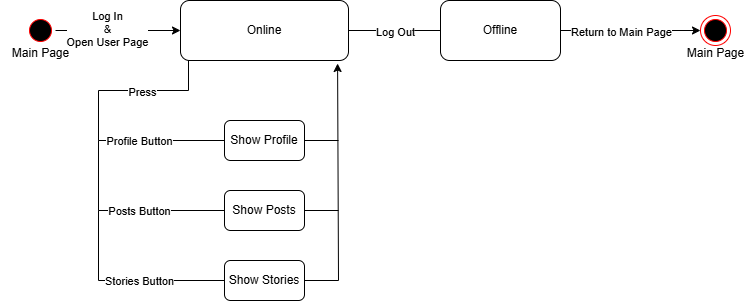
The draw.io diagram State Diagram.png in AbdelrahmanEssam1007/ConnectHub, before a commit. Source tidied: cells renumbered, new cells last; positions are measured from the earlier drawing's top-left corner, leaving out a move shared by most shapes. Its diagram source:
```xml
<mxGraphModel>
  <root>
    <mxCell id="0" />
    <mxCell id="1" parent="0" />
    <mxCell id="2" style="ellipse;html=1;shape=endState;fillColor=#000000;strokeColor=#ff0000;" parent="1" vertex="1">
      <mxGeometry x="700" y="15" width="30" height="30" as="geometry" />
    </mxCell>
    <mxCell id="3" value="Online" style="rounded=1;whiteSpace=wrap;html=1;" parent="1" vertex="1">
      <mxGeometry x="180" width="168" height="60" as="geometry" />
    </mxCell>
    <mxCell id="4" style="ellipse;html=1;shape=startState;fillColor=#000000;strokeColor=#ff0000;" parent="1" vertex="1">
      <mxGeometry x="25" y="15" width="30" height="30" as="geometry" />
    </mxCell>
    <mxCell id="5" style="endArrow=classic;html=1;rounded=0;exitX=1;exitY=0.5;exitDx=0;exitDy=0;entryX=0;entryY=0.5;entryDx=0;entryDy=0;" parent="1" edge="1" source="4" target="3">
      <mxGeometry relative="1" as="geometry" />
    </mxCell>
    <mxCell id="6" value="Log In&lt;div&gt;&amp;amp;&lt;/div&gt;&lt;div&gt;Open User Page&lt;/div&gt;" style="edgeLabel;html=1;align=center;verticalAlign=middle;" parent="5" vertex="1">
      <mxGeometry x="-0.18" y="2" relative="1" as="geometry" />
    </mxCell>
    <mxCell id="7" style="endArrow=none;html=1;rounded=0;exitX=1;exitY=0.5;exitDx=0;exitDy=0;entryX=0;entryY=0.5;entryDx=0;entryDy=0;endFill=0;" parent="1" edge="1" source="3" target="9">
      <mxGeometry relative="1" as="geometry" />
    </mxCell>
    <mxCell id="8" value="Log Out" style="edgeLabel;html=1;align=center;verticalAlign=middle;" parent="7" vertex="1">
      <mxGeometry y="-1" relative="1" as="geometry" />
    </mxCell>
    <mxCell id="9" value="Offline" style="rounded=1;whiteSpace=wrap;html=1;" parent="1" vertex="1">
      <mxGeometry x="440" width="120" height="60" as="geometry" />
    </mxCell>
    <mxCell id="10" style="endArrow=classic;html=1;rounded=0;exitX=1;exitY=0.5;exitDx=0;exitDy=0;entryX=0;entryY=0.5;entryDx=0;entryDy=0;" parent="1" edge="1" source="9" target="2">
      <mxGeometry relative="1" as="geometry" />
    </mxCell>
    <mxCell id="11" value="Return to Main Page" style="edgeLabel;html=1;align=center;verticalAlign=middle;" parent="10" vertex="1">
      <mxGeometry x="-0.14" y="-1" relative="1" as="geometry" />
    </mxCell>
    <mxCell id="12" value="Main Page" style="text;html=1;align=center;verticalAlign=middle;strokeColor=none;fillColor=none;" parent="1" vertex="1">
      <mxGeometry y="38" width="80" height="30" as="geometry" />
    </mxCell>
    <mxCell id="13" value="Main Page" style="text;html=1;align=center;verticalAlign=middle;strokeColor=none;fillColor=none;" parent="1" vertex="1">
      <mxGeometry x="675" y="38" width="80" height="30" as="geometry" />
    </mxCell>
    <mxCell id="14" style="endArrow=none;html=1;rounded=0;exitX=0.5;exitY=1;exitDx=0;exitDy=0;endFill=0;" parent="1" edge="1">
      <mxGeometry relative="1" as="geometry">
        <mxPoint x="188" y="60" as="sourcePoint" />
        <mxPoint x="188" y="90" as="targetPoint" />
      </mxGeometry>
    </mxCell>
    <mxCell id="15" value="Show Profile" style="rounded=1;whiteSpace=wrap;html=1;" parent="1" vertex="1">
      <mxGeometry x="224" y="120" width="80" height="40" as="geometry" />
    </mxCell>
    <mxCell id="16" style="endArrow=none;html=1;rounded=0;endFill=0;" parent="1" edge="1">
      <mxGeometry relative="1" as="geometry">
        <mxPoint x="188" y="90" as="sourcePoint" />
        <mxPoint x="98" y="90" as="targetPoint" />
      </mxGeometry>
    </mxCell>
    <mxCell id="17" value="Press" style="edgeLabel;html=1;align=center;verticalAlign=middle;" parent="16" vertex="1">
      <mxGeometry x="0.04" y="1" relative="1" as="geometry" />
    </mxCell>
    <mxCell id="18" style="endArrow=none;html=1;rounded=0;exitX=0.5;exitY=1;exitDx=0;exitDy=0;endFill=0;" parent="1" edge="1">
      <mxGeometry relative="1" as="geometry">
        <mxPoint x="98" y="90" as="sourcePoint" />
        <mxPoint x="98" y="140" as="targetPoint" />
      </mxGeometry>
    </mxCell>
    <mxCell id="19" style="endArrow=none;html=1;rounded=0;endFill=0;exitX=0;exitY=0.5;exitDx=0;exitDy=0;" parent="1" edge="1" source="15">
      <mxGeometry relative="1" as="geometry">
        <mxPoint x="98" y="140" as="targetPoint" />
      </mxGeometry>
    </mxCell>
    <mxCell id="20" value="Profile Button" style="edgeLabel;html=1;align=center;verticalAlign=middle;" parent="19" vertex="1">
      <mxGeometry x="0.33" relative="1" as="geometry">
        <mxPoint x="-2" as="offset" />
      </mxGeometry>
    </mxCell>
    <mxCell id="21" value="Show Posts" style="rounded=1;whiteSpace=wrap;html=1;" parent="1" vertex="1">
      <mxGeometry x="224" y="190" width="80" height="40" as="geometry" />
    </mxCell>
    <mxCell id="22" style="endArrow=none;html=1;rounded=0;endFill=0;" parent="1" edge="1">
      <mxGeometry relative="1" as="geometry">
        <mxPoint x="98" y="140" as="sourcePoint" />
        <mxPoint x="98" y="210" as="targetPoint" />
      </mxGeometry>
    </mxCell>
    <mxCell id="23" style="endArrow=none;html=1;rounded=0;endFill=0;exitX=0;exitY=0.5;exitDx=0;exitDy=0;" parent="1" edge="1" source="21">
      <mxGeometry relative="1" as="geometry">
        <mxPoint x="98" y="210" as="targetPoint" />
      </mxGeometry>
    </mxCell>
    <mxCell id="24" value="Posts Button" style="edgeLabel;html=1;align=center;verticalAlign=middle;" parent="23" vertex="1">
      <mxGeometry x="0.43" relative="1" as="geometry">
        <mxPoint x="4" as="offset" />
      </mxGeometry>
    </mxCell>
    <mxCell id="25" value="Show Stories" style="rounded=1;whiteSpace=wrap;html=1;" parent="1" vertex="1">
      <mxGeometry x="224" y="260" width="80" height="40" as="geometry" />
    </mxCell>
    <mxCell id="26" style="endArrow=none;html=1;rounded=0;endFill=0;" parent="1" edge="1">
      <mxGeometry relative="1" as="geometry">
        <mxPoint x="98" y="210" as="sourcePoint" />
        <mxPoint x="98" y="280" as="targetPoint" />
      </mxGeometry>
    </mxCell>
    <mxCell id="27" style="endArrow=none;html=1;rounded=0;endFill=0;exitX=0;exitY=0.5;exitDx=0;exitDy=0;" parent="1" edge="1" source="25">
      <mxGeometry relative="1" as="geometry">
        <mxPoint x="98" y="280" as="targetPoint" />
      </mxGeometry>
    </mxCell>
    <mxCell id="28" value="Stories Button" style="edgeLabel;html=1;align=center;verticalAlign=middle;" parent="27" vertex="1">
      <mxGeometry x="0.52" y="1" relative="1" as="geometry">
        <mxPoint x="10" y="-1" as="offset" />
      </mxGeometry>
    </mxCell>
    <mxCell id="29" style="endArrow=classic;html=1;rounded=0;entryX=0.935;entryY=1.05;entryDx=0;entryDy=0;entryPerimeter=0;" parent="1" edge="1" target="3">
      <mxGeometry relative="1" as="geometry">
        <mxPoint x="338" y="280" as="sourcePoint" />
      </mxGeometry>
    </mxCell>
    <mxCell id="30" style="endArrow=none;html=1;rounded=0;exitX=1;exitY=0.5;exitDx=0;exitDy=0;" parent="1" edge="1" source="25">
      <mxGeometry relative="1" as="geometry">
        <mxPoint x="338" y="280" as="targetPoint" />
      </mxGeometry>
    </mxCell>
    <mxCell id="31" style="endArrow=none;html=1;rounded=0;exitX=1;exitY=0.5;exitDx=0;exitDy=0;" parent="1" edge="1" source="21">
      <mxGeometry relative="1" as="geometry">
        <mxPoint x="338" y="210" as="targetPoint" />
      </mxGeometry>
    </mxCell>
    <mxCell id="32" style="endArrow=none;html=1;rounded=0;entryX=1;entryY=0.5;entryDx=0;entryDy=0;" parent="1" edge="1" target="15">
      <mxGeometry relative="1" as="geometry">
        <mxPoint x="338" y="140" as="sourcePoint" />
      </mxGeometry>
    </mxCell>
  </root>
</mxGraphModel>
```
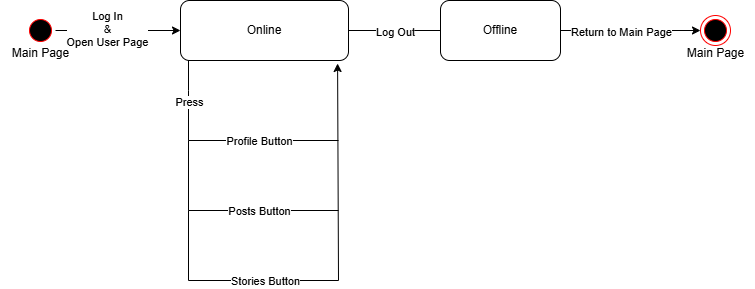
The same diagram one commit later.

Commit message:
Modified State Diagram

Diff of the diagram source:
```diff
@@ -44,70 +44,58 @@
         <mxPoint x="188" y="90" as="targetPoint" />
       </mxGeometry>
     </mxCell>
-    <mxCell id="15" value="Show Profile" style="rounded=1;whiteSpace=wrap;html=1;" parent="1" vertex="1">
-      <mxGeometry x="224" y="120" width="80" height="40" as="geometry" />
-    </mxCell>
-    <mxCell id="16" style="endArrow=none;html=1;rounded=0;endFill=0;" parent="1" edge="1">
-      <mxGeometry relative="1" as="geometry">
-        <mxPoint x="188" y="90" as="sourcePoint" />
-        <mxPoint x="98" y="90" as="targetPoint" />
-      </mxGeometry>
-    </mxCell>
+    <mxCell id="18" style="endArrow=none;html=1;rounded=0;exitX=0.5;exitY=1;exitDx=0;exitDy=0;endFill=0;" parent="1" edge="1">
+      <mxGeometry relative="1" as="geometry">
+        <mxPoint x="188" y="90" as="sourcePoint" />
+        <mxPoint x="188" y="140" as="targetPoint" />
+      </mxGeometry>
+    </mxCell>
-    <mxCell id="17" value="Press" style="edgeLabel;html=1;align=center;verticalAlign=middle;" parent="16" vertex="1">
-      <mxGeometry x="0.04" y="1" relative="1" as="geometry" />
+    <mxCell id="17" value="Press" style="edgeLabel;html=1;align=center;verticalAlign=middle;" parent="18" vertex="1">
+      <mxGeometry x="-0.56" relative="1" as="geometry" />
     </mxCell>
-    <mxCell id="18" style="endArrow=none;html=1;rounded=0;exitX=0.5;exitY=1;exitDx=0;exitDy=0;endFill=0;" parent="1" edge="1">
-      <mxGeometry relative="1" as="geometry">
-        <mxPoint x="98" y="90" as="sourcePoint" />
-        <mxPoint x="98" y="140" as="targetPoint" />
-      </mxGeometry>
-    </mxCell>
-    <mxCell id="19" style="endArrow=none;html=1;rounded=0;endFill=0;exitX=0;exitY=0.5;exitDx=0;exitDy=0;" parent="1" edge="1" source="15">
+    <mxCell id="19" style="endArrow=none;html=1;rounded=0;endFill=0;exitX=0;exitY=0.5;exitDx=0;exitDy=0;" parent="1" edge="1">
       <mxGeometry relative="1" as="geometry">
-        <mxPoint x="98" y="140" as="targetPoint" />
+        <mxPoint x="314" y="140" as="sourcePoint" />
+        <mxPoint x="188" y="140" as="targetPoint" />
       </mxGeometry>
     </mxCell>
     <mxCell id="20" value="Profile Button" style="edgeLabel;html=1;align=center;verticalAlign=middle;" parent="19" vertex="1">
       <mxGeometry x="0.33" relative="1" as="geometry">
-        <mxPoint x="-2" as="offset" />
+        <mxPoint x="28" as="offset" />
       </mxGeometry>
     </mxCell>
-    <mxCell id="21" value="Show Posts" style="rounded=1;whiteSpace=wrap;html=1;" parent="1" vertex="1">
-      <mxGeometry x="224" y="190" width="80" height="40" as="geometry" />
-    </mxCell>
     <mxCell id="22" style="endArrow=none;html=1;rounded=0;endFill=0;" parent="1" edge="1">
       <mxGeometry relative="1" as="geometry">
-        <mxPoint x="98" y="140" as="sourcePoint" />
-        <mxPoint x="98" y="210" as="targetPoint" />
+        <mxPoint x="188" y="140" as="sourcePoint" />
+        <mxPoint x="188" y="210" as="targetPoint" />
       </mxGeometry>
     </mxCell>
-    <mxCell id="23" style="endArrow=none;html=1;rounded=0;endFill=0;exitX=0;exitY=0.5;exitDx=0;exitDy=0;" parent="1" edge="1" source="21">
+    <mxCell id="23" style="endArrow=none;html=1;rounded=0;endFill=0;exitX=0;exitY=0.5;exitDx=0;exitDy=0;" parent="1" edge="1">
       <mxGeometry relative="1" as="geometry">
-        <mxPoint x="98" y="210" as="targetPoint" />
+        <mxPoint x="314" y="210" as="sourcePoint" />
+        <mxPoint x="188" y="210" as="targetPoint" />
       </mxGeometry>
     </mxCell>
     <mxCell id="24" value="Posts Button" style="edgeLabel;html=1;align=center;verticalAlign=middle;" parent="23" vertex="1">
       <mxGeometry x="0.43" relative="1" as="geometry">
-        <mxPoint x="4" as="offset" />
+        <mxPoint x="34" as="offset" />
       </mxGeometry>
     </mxCell>
-    <mxCell id="25" value="Show Stories" style="rounded=1;whiteSpace=wrap;html=1;" parent="1" vertex="1">
-      <mxGeometry x="224" y="260" width="80" height="40" as="geometry" />
-    </mxCell>
     <mxCell id="26" style="endArrow=none;html=1;rounded=0;endFill=0;" parent="1" edge="1">
       <mxGeometry relative="1" as="geometry">
-        <mxPoint x="98" y="210" as="sourcePoint" />
-        <mxPoint x="98" y="280" as="targetPoint" />
+        <mxPoint x="188" y="210" as="sourcePoint" />
+        <mxPoint x="188" y="280" as="targetPoint" />
       </mxGeometry>
     </mxCell>
-    <mxCell id="27" style="endArrow=none;html=1;rounded=0;endFill=0;exitX=0;exitY=0.5;exitDx=0;exitDy=0;" parent="1" edge="1" source="25">
+    <mxCell id="27" style="endArrow=none;html=1;rounded=0;endFill=0;exitX=0;exitY=0.5;exitDx=0;exitDy=0;" parent="1" edge="1">
       <mxGeometry relative="1" as="geometry">
-        <mxPoint x="98" y="280" as="targetPoint" />
+        <mxPoint x="314" y="280" as="sourcePoint" />
+        <mxPoint x="188" y="280" as="targetPoint" />
       </mxGeometry>
     </mxCell>
     <mxCell id="28" value="Stories Button" style="edgeLabel;html=1;align=center;verticalAlign=middle;" parent="27" vertex="1">
       <mxGeometry x="0.52" y="1" relative="1" as="geometry">
-        <mxPoint x="10" y="-1" as="offset" />
+        <mxPoint x="46" y="-1" as="offset" />
       </mxGeometry>
     </mxCell>
     <mxCell id="29" style="endArrow=classic;html=1;rounded=0;entryX=0.935;entryY=1.05;entryDx=0;entryDy=0;entryPerimeter=0;" parent="1" edge="1" target="3">
@@ -115,19 +103,22 @@
         <mxPoint x="338" y="280" as="sourcePoint" />
       </mxGeometry>
     </mxCell>
-    <mxCell id="30" style="endArrow=none;html=1;rounded=0;exitX=1;exitY=0.5;exitDx=0;exitDy=0;" parent="1" edge="1" source="25">
+    <mxCell id="30" style="endArrow=none;html=1;rounded=0;exitX=1;exitY=0.5;exitDx=0;exitDy=0;" parent="1" edge="1">
       <mxGeometry relative="1" as="geometry">
+        <mxPoint x="304" y="280" as="sourcePoint" />
         <mxPoint x="338" y="280" as="targetPoint" />
       </mxGeometry>
     </mxCell>
-    <mxCell id="31" style="endArrow=none;html=1;rounded=0;exitX=1;exitY=0.5;exitDx=0;exitDy=0;" parent="1" edge="1" source="21">
+    <mxCell id="31" style="endArrow=none;html=1;rounded=0;exitX=1;exitY=0.5;exitDx=0;exitDy=0;" parent="1" edge="1">
       <mxGeometry relative="1" as="geometry">
+        <mxPoint x="304" y="210" as="sourcePoint" />
         <mxPoint x="338" y="210" as="targetPoint" />
       </mxGeometry>
     </mxCell>
-    <mxCell id="32" style="endArrow=none;html=1;rounded=0;entryX=1;entryY=0.5;entryDx=0;entryDy=0;" parent="1" edge="1" target="15">
+    <mxCell id="32" style="endArrow=none;html=1;rounded=0;entryX=1;entryY=0.5;entryDx=0;entryDy=0;" parent="1" edge="1">
       <mxGeometry relative="1" as="geometry">
         <mxPoint x="338" y="140" as="sourcePoint" />
+        <mxPoint x="304" y="140" as="targetPoint" />
       </mxGeometry>
     </mxCell>
   </root>
```
